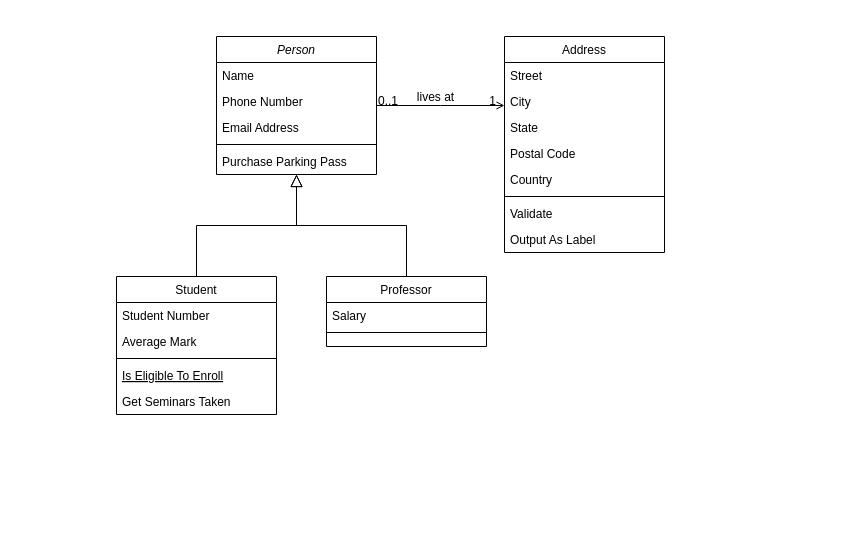
The draw.io diagram possess.drawio in FavorKim/Possesion, before the edit. Source tidied: cells renumbered, new cells numbered last; positions are measured from the earlier drawing's top-left corner, leaving out a move shared by most shapes. Both pictures are drawn from the tidied source at 100%, with x=0, y=0 at pixel (116, 36).
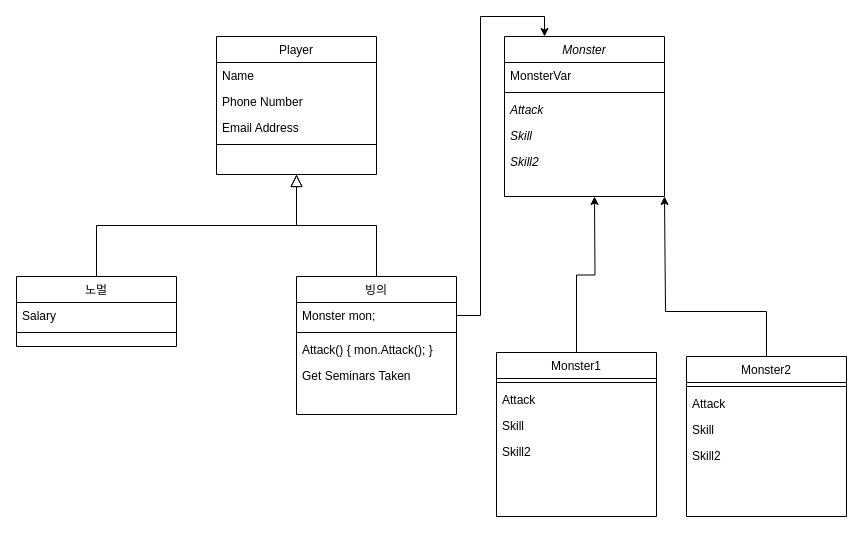
Above is the later version.

What changed in the source:
```diff
@@
-    <mxCell id="2" value="Person" style="swimlane;fontStyle=2;align=center;verticalAlign=top;horizontal=1;startSize=26;rounded=0;shadow=0;strokeWidth=1;" parent="1" vertex="1">
+    <mxCell id="2" value="Player" style="swimlane;fontStyle=0;align=center;verticalAlign=top;horizontal=1;startSize=26;rounded=0;shadow=0;strokeWidth=1;" parent="1" vertex="1">
       <mxGeometry x="100" width="160" height="138" as="geometry" />
     </mxCell>
@@
-    <mxCell id="7" value="Purchase Parking Pass" style="text;align=left;verticalAlign=top;spacingLeft=4;spacingRight=4;overflow=hidden;" parent="2" vertex="1">
-      <mxGeometry y="112" width="160" height="26" as="geometry" />
-    </mxCell>
-    <mxCell id="8" value="Student" style="swimlane;fontStyle=0;align=center;verticalAlign=top;horizontal=1;startSize=26;rounded=0;shadow=0;strokeWidth=1;" parent="1" vertex="1">
-      <mxGeometry y="240" width="160" height="138" as="geometry" />
+    <mxCell id="8" value="빙의" style="swimlane;fontStyle=0;align=center;verticalAlign=top;horizontal=1;startSize=26;rounded=0;shadow=0;strokeWidth=1;" parent="1" vertex="1">
+      <mxGeometry x="180" y="240" width="160" height="138" as="geometry" />
     </mxCell>
-    <mxCell id="9" value="Student Number" style="text;align=left;verticalAlign=top;spacingLeft=4;spacingRight=4;overflow=hidden;" parent="8" vertex="1">
-      <mxGeometry y="26" width="160" height="26" as="geometry" />
-    </mxCell>
-    <mxCell id="10" value="Average Mark" style="text;align=left;verticalAlign=top;spacingLeft=4;spacingRight=4;overflow=hidden;points=[[0,0.5],[1,0.5]];portConstraint=eastwest;rounded=0;shadow=0;html=0;" parent="8" vertex="1">
-      <mxGeometry y="52" width="160" height="26" as="geometry" />
+    <mxCell id="10" value="Monster mon;" style="text;align=left;verticalAlign=top;spacingLeft=4;spacingRight=4;overflow=hidden;points=[[0,0.5],[1,0.5]];portConstraint=eastwest;rounded=0;shadow=0;html=0;" parent="8" vertex="1">
+      <mxGeometry y="26" width="160" height="26" as="geometry" />
     </mxCell>
     <mxCell id="11" style="line;html=1;strokeWidth=1;align=left;verticalAlign=middle;spacingTop=-1;spacingLeft=3;spacingRight=3;labelPosition=right;" parent="8" vertex="1">
-      <mxGeometry y="78" width="160" height="8" as="geometry" />
+      <mxGeometry y="52" width="160" height="8" as="geometry" />
     </mxCell>
-    <mxCell id="12" value="Is Eligible To Enroll" style="text;align=left;verticalAlign=top;spacingLeft=4;spacingRight=4;overflow=hidden;fontStyle=4;" parent="8" vertex="1">
-      <mxGeometry y="86" width="160" height="26" as="geometry" />
+    <mxCell id="12" value="Attack() { mon.Attack(); }" style="text;align=left;verticalAlign=top;spacingLeft=4;spacingRight=4;overflow=hidden;fontStyle=0;" parent="8" vertex="1">
+      <mxGeometry y="60" width="160" height="26" as="geometry" />
     </mxCell>
     <mxCell id="13" value="Get Seminars Taken" style="text;align=left;verticalAlign=top;spacingLeft=4;spacingRight=4;overflow=hidden;" parent="8" vertex="1">
-      <mxGeometry y="112" width="160" height="26" as="geometry" />
+      <mxGeometry y="86" width="160" height="26" as="geometry" />
     </mxCell>
@@
-    <mxCell id="15" value="Professor" style="swimlane;fontStyle=0;align=center;verticalAlign=top;horizontal=1;startSize=26;rounded=0;shadow=0;strokeWidth=1;" parent="1" vertex="1">
-      <mxGeometry x="210" y="240" width="160" height="70" as="geometry" />
+    <mxCell id="15" value="노멀" style="swimlane;fontStyle=0;align=center;verticalAlign=top;horizontal=1;startSize=26;rounded=0;shadow=0;strokeWidth=1;" parent="1" vertex="1">
+      <mxGeometry x="-100" y="240" width="160" height="70" as="geometry" />
     </mxCell>
@@
-    <mxCell id="19" value="Address" style="swimlane;fontStyle=0;align=center;verticalAlign=top;horizontal=1;startSize=26;rounded=0;shadow=0;strokeWidth=1;" parent="1" vertex="1">
-      <mxGeometry x="388" width="160" height="216" as="geometry" />
+    <mxCell id="19" value="Monster" style="swimlane;fontStyle=2;align=center;verticalAlign=top;horizontal=1;startSize=26;rounded=0;shadow=0;strokeWidth=1;" parent="1" vertex="1">
+      <mxGeometry x="388" width="160" height="160" as="geometry" />
     </mxCell>
-    <mxCell id="20" value="Street" style="text;align=left;verticalAlign=top;spacingLeft=4;spacingRight=4;overflow=hidden;" parent="19" vertex="1">
-      <mxGeometry y="26" width="160" height="26" as="geometry" />
-    </mxCell>
-    <mxCell id="21" value="City" style="text;align=left;verticalAlign=top;spacingLeft=4;spacingRight=4;overflow=hidden;rounded=0;shadow=0;html=0;" parent="19" vertex="1">
-      <mxGeometry y="52" width="160" height="26" as="geometry" />
-    </mxCell>
-    <mxCell id="22" value="State" style="text;align=left;verticalAlign=top;spacingLeft=4;spacingRight=4;overflow=hidden;rounded=0;shadow=0;html=0;" parent="19" vertex="1">
-      <mxGeometry y="78" width="160" height="26" as="geometry" />
-    </mxCell>
-    <mxCell id="23" value="Postal Code" style="text;align=left;verticalAlign=top;spacingLeft=4;spacingRight=4;overflow=hidden;rounded=0;shadow=0;html=0;" parent="19" vertex="1">
-      <mxGeometry y="104" width="160" height="26" as="geometry" />
-    </mxCell>
-    <mxCell id="24" value="Country" style="text;align=left;verticalAlign=top;spacingLeft=4;spacingRight=4;overflow=hidden;rounded=0;shadow=0;html=0;" parent="19" vertex="1">
-      <mxGeometry y="130" width="160" height="26" as="geometry" />
+    <mxCell id="24" value="MonsterVar" style="text;align=left;verticalAlign=top;spacingLeft=4;spacingRight=4;overflow=hidden;rounded=0;shadow=0;html=0;" parent="19" vertex="1">
+      <mxGeometry y="26" width="160" height="26" as="geometry" />
     </mxCell>
     <mxCell id="25" style="line;html=1;strokeWidth=1;align=left;verticalAlign=middle;spacingTop=-1;spacingLeft=3;spacingRight=3;labelPosition=right;" parent="19" vertex="1">
-      <mxGeometry y="156" width="160" height="8" as="geometry" />
+      <mxGeometry y="52" width="160" height="8" as="geometry" />
     </mxCell>
-    <mxCell id="26" value="Validate" style="text;align=left;verticalAlign=top;spacingLeft=4;spacingRight=4;overflow=hidden;" parent="19" vertex="1">
-      <mxGeometry y="164" width="160" height="26" as="geometry" />
+    <mxCell id="26" value="Attack" style="text;align=left;verticalAlign=top;spacingLeft=4;spacingRight=4;overflow=hidden;fontStyle=2;" parent="19" vertex="1">
+      <mxGeometry y="60" width="160" height="26" as="geometry" />
     </mxCell>
-    <mxCell id="27" value="Output As Label" style="text;align=left;verticalAlign=top;spacingLeft=4;spacingRight=4;overflow=hidden;" parent="19" vertex="1">
-      <mxGeometry y="190" width="160" height="26" as="geometry" />
+    <mxCell id="27" value="Skill" style="text;align=left;verticalAlign=top;spacingLeft=4;spacingRight=4;overflow=hidden;fontStyle=2;" parent="19" vertex="1">
+      <mxGeometry y="86" width="160" height="26" as="geometry" />
     </mxCell>
-    <mxCell id="28" style="endArrow=open;shadow=0;strokeWidth=1;rounded=0;curved=0;endFill=1;edgeStyle=elbowEdgeStyle;elbow=vertical;" parent="1" edge="1" source="2" target="19">
-      <mxGeometry x="0.5" y="41" relative="1" as="geometry">
-        <mxPoint x="-40" y="32" as="offset" />
-      </mxGeometry>
-    </mxCell>
-    <mxCell id="29" value="0..1" style="align=left;verticalAlign=bottom;labelBackgroundColor=none;fontSize=12;" parent="28" vertex="1">
-      <mxGeometry x="-1" relative="1" as="geometry">
-        <mxPoint y="4" as="offset" />
-      </mxGeometry>
-    </mxCell>
-    <mxCell id="30" value="1" style="align=right;verticalAlign=bottom;labelBackgroundColor=none;fontSize=12;" parent="28" vertex="1">
-      <mxGeometry x="1" relative="1" as="geometry">
-        <mxPoint x="-7" y="4" as="offset" />
-      </mxGeometry>
-    </mxCell>
-    <mxCell id="31" value="lives at" style="text;html=1;align=center;verticalAlign=middle;labelBackgroundColor=none;rounded=0;shadow=0;strokeWidth=1;fontSize=12;" parent="28" vertex="1">
-      <mxGeometry x="0.5" y="49" relative="1" as="geometry">
-        <mxPoint x="-38" y="40" as="offset" />
-      </mxGeometry>
-    </mxCell>
+    <mxCell id="32" value="Skill2" style="text;align=left;verticalAlign=top;spacingLeft=4;spacingRight=4;overflow=hidden;fontStyle=2;" parent="19" vertex="1">
+      <mxGeometry y="112" width="160" height="26" as="geometry" />
+    </mxCell>
+    <mxCell id="33" style="edgeStyle=orthogonalEdgeStyle;rounded=0;jettySize=auto;html=1;" parent="1" edge="1" source="34">
+      <mxGeometry relative="1" as="geometry">
+        <mxPoint x="478" y="160" as="targetPoint" />
+      </mxGeometry>
+    </mxCell>
+    <mxCell id="34" value="Monster1" style="swimlane;fontStyle=0;align=center;verticalAlign=top;horizontal=1;startSize=26;rounded=0;shadow=0;strokeWidth=1;" parent="1" vertex="1">
+      <mxGeometry x="380" y="316" width="160" height="164" as="geometry" />
+    </mxCell>
+    <mxCell id="35" style="line;html=1;strokeWidth=1;align=left;verticalAlign=middle;spacingTop=-1;spacingLeft=3;spacingRight=3;labelPosition=right;" parent="34" vertex="1">
+      <mxGeometry y="26" width="160" height="8" as="geometry" />
+    </mxCell>
+    <mxCell id="36" value="Attack" style="text;align=left;verticalAlign=top;spacingLeft=4;spacingRight=4;overflow=hidden;fontStyle=0;" parent="34" vertex="1">
+      <mxGeometry y="34" width="160" height="26" as="geometry" />
+    </mxCell>
+    <mxCell id="37" value="Skill" style="text;align=left;verticalAlign=top;spacingLeft=4;spacingRight=4;overflow=hidden;fontStyle=0;" parent="34" vertex="1">
+      <mxGeometry y="60" width="160" height="26" as="geometry" />
+    </mxCell>
+    <mxCell id="38" value="Skill2" style="text;align=left;verticalAlign=top;spacingLeft=4;spacingRight=4;overflow=hidden;fontStyle=0;" parent="34" vertex="1">
+      <mxGeometry y="86" width="160" height="26" as="geometry" />
+    </mxCell>
+    <mxCell id="39" style="edgeStyle=orthogonalEdgeStyle;rounded=0;jettySize=auto;html=1;entryX=0.25;entryY=0;entryDx=0;entryDy=0;" parent="1" edge="1" source="10" target="19">
+      <mxGeometry relative="1" as="geometry" />
+    </mxCell>
+    <mxCell id="40" style="edgeStyle=orthogonalEdgeStyle;rounded=0;jettySize=auto;html=1;" parent="1" edge="1" source="41">
+      <mxGeometry relative="1" as="geometry">
+        <mxPoint x="548" y="160" as="targetPoint" />
+        <Array as="points">
+          <mxPoint x="650" y="275" />
+          <mxPoint x="549" y="275" />
+        </Array>
+      </mxGeometry>
+    </mxCell>
+    <mxCell id="41" value="Monster2" style="swimlane;fontStyle=0;align=center;verticalAlign=top;horizontal=1;startSize=26;rounded=0;shadow=0;strokeWidth=1;" parent="1" vertex="1">
+      <mxGeometry x="570" y="320" width="160" height="160" as="geometry" />
+    </mxCell>
+    <mxCell id="42" style="line;html=1;strokeWidth=1;align=left;verticalAlign=middle;spacingTop=-1;spacingLeft=3;spacingRight=3;labelPosition=right;" parent="41" vertex="1">
+      <mxGeometry y="26" width="160" height="8" as="geometry" />
+    </mxCell>
+    <mxCell id="43" value="Attack" style="text;align=left;verticalAlign=top;spacingLeft=4;spacingRight=4;overflow=hidden;fontStyle=0;" parent="41" vertex="1">
+      <mxGeometry y="34" width="160" height="26" as="geometry" />
+    </mxCell>
+    <mxCell id="44" value="Skill" style="text;align=left;verticalAlign=top;spacingLeft=4;spacingRight=4;overflow=hidden;fontStyle=0;" parent="41" vertex="1">
+      <mxGeometry y="60" width="160" height="26" as="geometry" />
+    </mxCell>
+    <mxCell id="45" value="Skill2" style="text;align=left;verticalAlign=top;spacingLeft=4;spacingRight=4;overflow=hidden;fontStyle=0;" parent="41" vertex="1">
+      <mxGeometry y="86" width="160" height="26" as="geometry" />
+    </mxCell>
```
